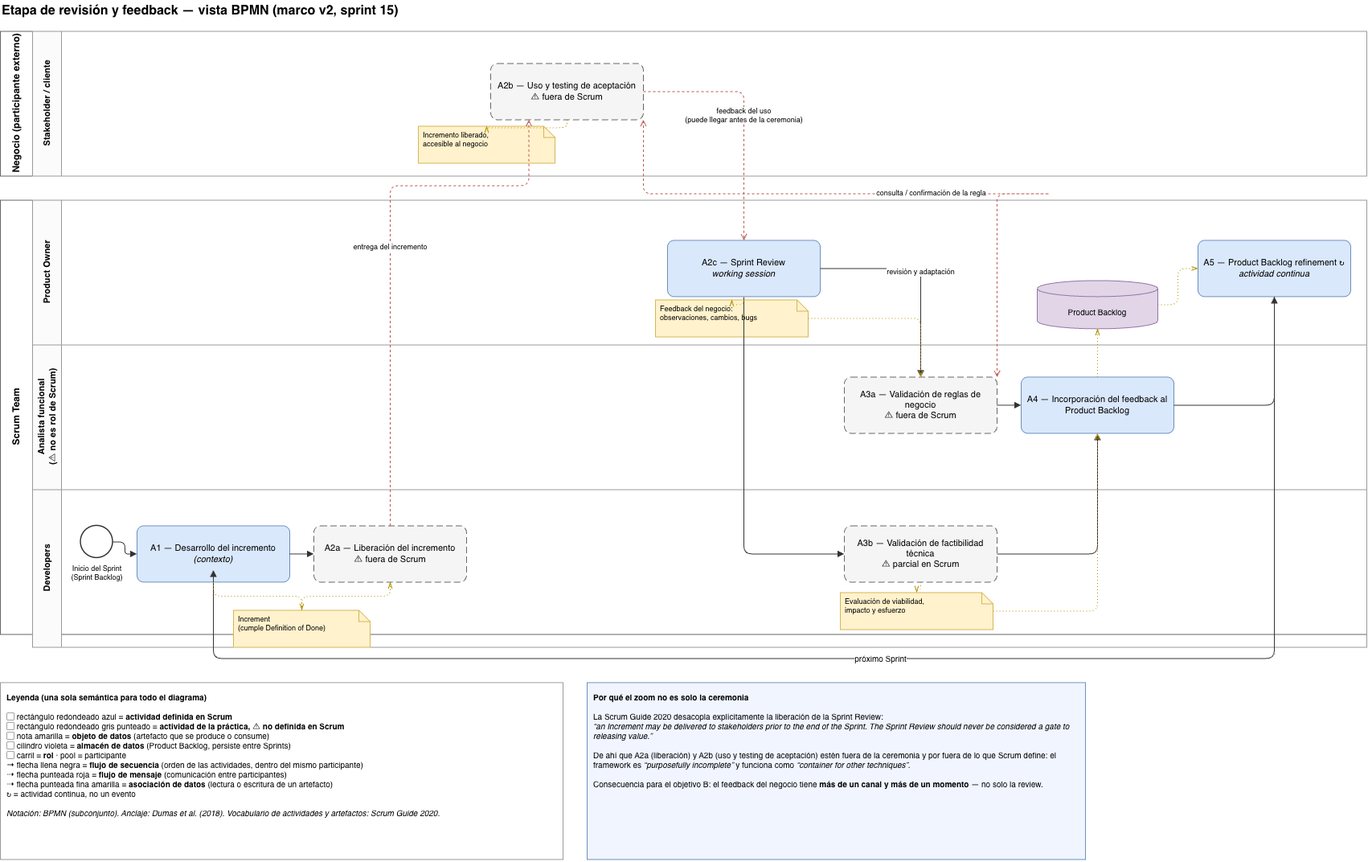
vickychappuis/Tesis keeps this draw.io diagram as sprint 15/diagramas/marco_feedback_bpmn.png. Above is the earlier version. Source tidied: cells renumbered, new cells last; positions are measured from the earlier drawing's top-left corner, leaving out a move shared by most shapes. Source of this version:
```xml
<mxGraphModel>
  <root>
    <mxCell id="0" />
    <mxCell id="1" parent="0" />
    <mxCell id="2" value="Etapa de revisión y feedback — vista BPMN (marco v2, sprint 15)" style="text;html=1;strokeColor=none;fillColor=none;align=left;verticalAlign=middle;fontSize=16;fontStyle=1;" parent="1" vertex="1">
      <mxGeometry width="900" height="30" as="geometry" />
    </mxCell>
    <mxCell id="3" value="Negocio (participante externo)" style="swimlane;html=1;horizontal=0;startSize=40;fillColor=none;strokeColor=#666666;fontSize=12;fontStyle=1;align=center;verticalAlign=middle;" parent="1" vertex="1">
      <mxGeometry y="40" width="1700" height="180" as="geometry" />
    </mxCell>
    <mxCell id="4" value="Stakeholder / cliente" style="swimlane;html=1;horizontal=0;startSize=36;fillColor=#FBFBFB;strokeColor=#999999;fontSize=11;" parent="1" vertex="1">
      <mxGeometry x="40" y="40" width="1660" height="180" as="geometry" />
    </mxCell>
    <mxCell id="5" value="Scrum Team" style="swimlane;html=1;horizontal=0;startSize=40;fillColor=none;strokeColor=#666666;fontSize=12;fontStyle=1;align=center;verticalAlign=middle;" parent="1" vertex="1">
      <mxGeometry y="250" width="1700" height="540" as="geometry" />
    </mxCell>
    <mxCell id="6" value="Product Owner" style="swimlane;html=1;horizontal=0;startSize=36;fillColor=#FBFBFB;strokeColor=#999999;fontSize=11;" parent="1" vertex="1">
      <mxGeometry x="40" y="250" width="1660" height="180" as="geometry" />
    </mxCell>
    <mxCell id="7" value="Analista funcional&lt;br&gt;(⚠ no es rol de Scrum)" style="swimlane;html=1;horizontal=0;startSize=36;fillColor=#FBFBFB;strokeColor=#999999;fontSize=11;" parent="1" vertex="1">
      <mxGeometry x="40" y="430" width="1660" height="180" as="geometry" />
    </mxCell>
    <mxCell id="8" value="Developers" style="swimlane;html=1;horizontal=0;startSize=36;fillColor=#FBFBFB;strokeColor=#999999;fontSize=11;" parent="1" vertex="1">
      <mxGeometry x="40" y="610" width="1660" height="196" as="geometry" />
    </mxCell>
    <mxCell id="9" value="Increment&lt;br&gt;(cumple Definition of Done)" style="shape=note;whiteSpace=wrap;html=1;size=14;fillColor=#FFF2CC;strokeColor=#D6B656;fontSize=9;verticalAlign=top;align=left;spacingLeft=4;" parent="8" vertex="1">
      <mxGeometry x="250" y="150" width="170" height="46" as="geometry" />
    </mxCell>
    <mxCell id="10" style="ellipse;html=1;fillColor=#FFFFFF;strokeColor=#333333;strokeWidth=1.5;" parent="1" vertex="1">
      <mxGeometry x="100" y="655" width="40" height="40" as="geometry" />
    </mxCell>
    <mxCell id="11" value="Inicio del Sprint&lt;br&gt;(Sprint Backlog)" style="text;html=1;strokeColor=none;fillColor=none;align=center;fontSize=9;" parent="1" vertex="1">
      <mxGeometry x="75" y="697" width="90" height="30" as="geometry" />
    </mxCell>
    <mxCell id="12" value="A1 — Desarrollo del incremento&lt;br&gt;&lt;i&gt;(contexto)&lt;/i&gt;" style="rounded=1;arcSize=12;whiteSpace=wrap;html=1;fillColor=#DAE8FC;strokeColor=#6C8EBF;fontSize=11;" parent="1" vertex="1">
      <mxGeometry x="170" y="655" width="190" height="70" as="geometry" />
    </mxCell>
    <mxCell id="13" value="A2a — Liberación del incremento&lt;br&gt;⚠ fuera de Scrum" style="rounded=1;arcSize=12;whiteSpace=wrap;html=1;fillColor=#F5F5F5;strokeColor=#666666;dashed=1;dashPattern=8 4;fontSize=11;" parent="1" vertex="1">
      <mxGeometry x="390" y="655" width="190" height="70" as="geometry" />
    </mxCell>
    <mxCell id="14" value="A2b — Uso y testing de aceptación&lt;br&gt;⚠ fuera de Scrum" style="rounded=1;arcSize=12;whiteSpace=wrap;html=1;fillColor=#F5F5F5;strokeColor=#666666;dashed=1;dashPattern=8 4;fontSize=11;" parent="1" vertex="1">
      <mxGeometry x="610" y="80" width="190" height="70" as="geometry" />
    </mxCell>
    <mxCell id="15" value="A2c — Sprint Review&lt;br&gt;&lt;i&gt;working session&lt;/i&gt;" style="rounded=1;arcSize=12;whiteSpace=wrap;html=1;fillColor=#DAE8FC;strokeColor=#6C8EBF;fontSize=11;" parent="1" vertex="1">
      <mxGeometry x="830" y="300" width="190" height="70" as="geometry" />
    </mxCell>
    <mxCell id="16" value="A3a — Validación de reglas de negocio&lt;br&gt;⚠ fuera de Scrum" style="rounded=1;arcSize=12;whiteSpace=wrap;html=1;fillColor=#F5F5F5;strokeColor=#666666;dashed=1;dashPattern=8 4;fontSize=11;" parent="1" vertex="1">
      <mxGeometry x="1050" y="470" width="190" height="70" as="geometry" />
    </mxCell>
    <mxCell id="17" value="A3b — Validación de factibilidad técnica&lt;br&gt;⚠ parcial en Scrum" style="rounded=1;arcSize=12;whiteSpace=wrap;html=1;fillColor=#F5F5F5;strokeColor=#666666;dashed=1;dashPattern=8 4;fontSize=11;" parent="1" vertex="1">
      <mxGeometry x="1050" y="655" width="190" height="70" as="geometry" />
    </mxCell>
    <mxCell id="18" value="A4 — Incorporación del feedback al Product Backlog" style="rounded=1;arcSize=12;whiteSpace=wrap;html=1;fillColor=#DAE8FC;strokeColor=#6C8EBF;fontSize=11;" parent="1" vertex="1">
      <mxGeometry x="1270" y="470" width="190" height="70" as="geometry" />
    </mxCell>
    <mxCell id="19" value="A5 — Product Backlog refinement ↻&lt;br&gt;&lt;i&gt;actividad continua&lt;/i&gt;" style="rounded=1;arcSize=12;whiteSpace=wrap;html=1;fillColor=#DAE8FC;strokeColor=#6C8EBF;fontSize=11;" parent="1" vertex="1">
      <mxGeometry x="1490" y="300" width="190" height="70" as="geometry" />
    </mxCell>
    <mxCell id="20" value="Incremento liberado,&lt;br&gt;accesible al negocio" style="shape=note;whiteSpace=wrap;html=1;size=14;fillColor=#FFF2CC;strokeColor=#D6B656;fontSize=9;verticalAlign=top;align=left;spacingLeft=4;" parent="1" vertex="1">
      <mxGeometry x="520" y="158" width="170" height="46" as="geometry" />
    </mxCell>
    <mxCell id="21" value="Feedback del negocio:&lt;br&gt;observaciones, cambios, bugs" style="shape=note;whiteSpace=wrap;html=1;size=14;fillColor=#FFF2CC;strokeColor=#D6B656;fontSize=9;verticalAlign=top;align=left;spacingLeft=4;" parent="1" vertex="1">
      <mxGeometry x="815" y="374" width="190" height="46" as="geometry" />
    </mxCell>
    <mxCell id="22" value="Evaluación de viabilidad,&lt;br&gt;impacto y esfuerzo" style="shape=note;whiteSpace=wrap;html=1;size=14;fillColor=#FFF2CC;strokeColor=#D6B656;fontSize=9;verticalAlign=top;align=left;spacingLeft=4;" parent="1" vertex="1">
      <mxGeometry x="1045" y="738" width="190" height="46" as="geometry" />
    </mxCell>
    <mxCell id="23" value="Product Backlog" style="shape=cylinder3;boundedLbl=1;backgroundOutline=1;size=10;whiteSpace=wrap;html=1;fillColor=#E1D5E7;strokeColor=#9673A6;fontSize=10;" parent="1" vertex="1">
      <mxGeometry x="1290" y="350" width="150" height="60" as="geometry" />
    </mxCell>
    <mxCell id="24" style="edgeStyle=orthogonalEdgeStyle;rounded=1;html=1;endArrow=block;endFill=1;strokeColor=#333333;" parent="1" edge="1" source="10" target="12">
      <mxGeometry relative="1" as="geometry" />
    </mxCell>
    <mxCell id="25" style="edgeStyle=orthogonalEdgeStyle;rounded=1;html=1;endArrow=block;endFill=1;strokeColor=#333333;" parent="1" edge="1" source="12" target="13">
      <mxGeometry relative="1" as="geometry" />
    </mxCell>
    <mxCell id="26" value="revisión y adaptación" style="edgeStyle=orthogonalEdgeStyle;rounded=1;html=1;endArrow=block;endFill=1;strokeColor=#333333;fontSize=9;" parent="1" edge="1" source="15" target="16">
      <mxGeometry relative="1" as="geometry" />
    </mxCell>
    <mxCell id="27" style="edgeStyle=orthogonalEdgeStyle;rounded=1;html=1;endArrow=block;endFill=1;strokeColor=#333333;exitX=0.5;exitY=1;exitDx=0;exitDy=0;entryX=0;entryY=0.5;entryDx=0;entryDy=0;" parent="1" edge="1" source="15" target="17">
      <mxGeometry relative="1" as="geometry">
        <Array as="points">
          <mxPoint x="925" y="690" />
        </Array>
      </mxGeometry>
    </mxCell>
    <mxCell id="28" style="edgeStyle=orthogonalEdgeStyle;rounded=1;html=1;endArrow=block;endFill=1;strokeColor=#333333;" parent="1" edge="1" source="16" target="18">
      <mxGeometry relative="1" as="geometry" />
    </mxCell>
    <mxCell id="29" style="edgeStyle=orthogonalEdgeStyle;rounded=1;html=1;endArrow=block;endFill=1;strokeColor=#333333;" parent="1" edge="1" source="17" target="18">
      <mxGeometry relative="1" as="geometry" />
    </mxCell>
    <mxCell id="30" style="edgeStyle=orthogonalEdgeStyle;rounded=1;html=1;endArrow=block;endFill=1;strokeColor=#333333;" parent="1" edge="1" source="18" target="19">
      <mxGeometry relative="1" as="geometry" />
    </mxCell>
    <mxCell id="31" value="próximo Sprint" style="edgeStyle=orthogonalEdgeStyle;rounded=1;html=1;endArrow=block;endFill=1;strokeColor=#333333;fontSize=10;exitX=0.5;exitY=1;exitDx=0;exitDy=0;" parent="1" edge="1" source="19">
      <mxGeometry relative="1" as="geometry">
        <mxPoint x="265" y="710" as="targetPoint" />
        <Array as="points">
          <mxPoint x="1585" y="820" />
          <mxPoint x="265" y="820" />
        </Array>
      </mxGeometry>
    </mxCell>
    <mxCell id="32" value="entrega del incremento" style="edgeStyle=orthogonalEdgeStyle;rounded=1;html=1;dashed=1;endArrow=open;endFill=0;strokeColor=#B85450;fontSize=9;exitX=0.5;exitY=0;exitDx=0;exitDy=0;entryX=0.25;entryY=1;entryDx=0;entryDy=0;verticalAlign=bottom;labelBackgroundColor=#FFFFFF;" parent="1" edge="1" source="13" target="14">
      <mxGeometry relative="1" as="geometry">
        <Array as="points">
          <mxPoint x="485" y="232" />
          <mxPoint x="658" y="232" />
        </Array>
      </mxGeometry>
    </mxCell>
    <mxCell id="33" value="feedback del uso&lt;br&gt;(puede llegar antes de la ceremonia)" style="edgeStyle=orthogonalEdgeStyle;rounded=1;html=1;dashed=1;endArrow=open;endFill=0;strokeColor=#B85450;fontSize=9;" parent="1" edge="1" source="14" target="15">
      <mxGeometry relative="1" as="geometry" />
    </mxCell>
    <mxCell id="34" value="consulta / confirmación de la regla" style="edgeStyle=orthogonalEdgeStyle;rounded=1;html=1;dashed=1;startArrow=open;startFill=0;endArrow=open;endFill=0;strokeColor=#B85450;fontSize=9;exitX=1;exitY=0;exitDx=0;exitDy=0;entryX=1;entryY=1;entryDx=0;entryDy=0;" parent="1" edge="1" source="16" target="14">
      <mxGeometry relative="1" as="geometry">
        <Array as="points">
          <mxPoint x="1310" y="242" />
          <mxPoint x="798" y="242" />
        </Array>
      </mxGeometry>
    </mxCell>
    <mxCell id="35" style="edgeStyle=orthogonalEdgeStyle;rounded=1;html=1;dashed=1;dashPattern=1 3;endArrow=openThin;endFill=0;strokeColor=#B38F00;" parent="1" edge="1" source="12" target="9">
      <mxGeometry relative="1" as="geometry" />
    </mxCell>
    <mxCell id="36" style="edgeStyle=orthogonalEdgeStyle;rounded=1;html=1;dashed=1;dashPattern=1 3;endArrow=openThin;endFill=0;strokeColor=#B38F00;" parent="1" edge="1" source="9" target="13">
      <mxGeometry relative="1" as="geometry" />
    </mxCell>
    <mxCell id="37" style="edgeStyle=orthogonalEdgeStyle;rounded=1;html=1;dashed=1;dashPattern=1 3;endArrow=openThin;endFill=0;strokeColor=#B38F00;" parent="1" edge="1" source="14" target="20">
      <mxGeometry relative="1" as="geometry" />
    </mxCell>
    <mxCell id="38" style="edgeStyle=orthogonalEdgeStyle;rounded=1;html=1;dashed=1;dashPattern=1 3;endArrow=openThin;endFill=0;strokeColor=#B38F00;" parent="1" edge="1" source="15" target="21">
      <mxGeometry relative="1" as="geometry" />
    </mxCell>
    <mxCell id="39" style="edgeStyle=orthogonalEdgeStyle;rounded=1;html=1;dashed=1;dashPattern=1 3;endArrow=openThin;endFill=0;strokeColor=#B38F00;" parent="1" edge="1" source="21" target="16">
      <mxGeometry relative="1" as="geometry" />
    </mxCell>
    <mxCell id="40" style="edgeStyle=orthogonalEdgeStyle;rounded=1;html=1;dashed=1;dashPattern=1 3;endArrow=openThin;endFill=0;strokeColor=#B38F00;" parent="1" edge="1" source="17" target="22">
      <mxGeometry relative="1" as="geometry" />
    </mxCell>
    <mxCell id="41" style="edgeStyle=orthogonalEdgeStyle;rounded=1;html=1;dashed=1;dashPattern=1 3;endArrow=openThin;endFill=0;strokeColor=#B38F00;" parent="1" edge="1" source="22" target="18">
      <mxGeometry relative="1" as="geometry" />
    </mxCell>
    <mxCell id="42" style="edgeStyle=orthogonalEdgeStyle;rounded=1;html=1;dashed=1;dashPattern=1 3;endArrow=openThin;endFill=0;strokeColor=#B38F00;" parent="1" edge="1" source="18" target="23">
      <mxGeometry relative="1" as="geometry" />
    </mxCell>
    <mxCell id="43" style="edgeStyle=orthogonalEdgeStyle;rounded=1;html=1;dashed=1;dashPattern=1 3;endArrow=openThin;endFill=0;strokeColor=#B38F00;" parent="1" edge="1" source="23" target="19">
      <mxGeometry relative="1" as="geometry" />
    </mxCell>
    <mxCell id="44" value="&lt;b&gt;Leyenda (una sola semántica para todo el diagrama)&lt;/b&gt;&lt;br&gt;&lt;br&gt;▢ rectángulo redondeado azul = &lt;b&gt;actividad definida en Scrum&lt;/b&gt;&lt;br&gt;▢ rectángulo redondeado gris punteado = &lt;b&gt;actividad de la práctica, ⚠ no definida en Scrum&lt;/b&gt;&lt;br&gt;▢ nota amarilla = &lt;b&gt;objeto de datos&lt;/b&gt; (artefacto que se produce o consume)&lt;br&gt;▢ cilindro violeta = &lt;b&gt;almacén de datos&lt;/b&gt; (Product Backlog, persiste entre Sprints)&lt;br&gt;▢ carril = &lt;b&gt;rol&lt;/b&gt; · pool = participante&lt;br&gt;→ flecha llena negra = &lt;b&gt;flujo de secuencia&lt;/b&gt; (orden de las actividades, dentro del mismo participante)&lt;br&gt;⇢ flecha punteada roja = &lt;b&gt;flujo de mensaje&lt;/b&gt; (comunicación entre participantes)&lt;br&gt;⇢ flecha punteada fina amarilla = &lt;b&gt;asociación de datos&lt;/b&gt; (lectura o escritura de un artefacto)&lt;br&gt;↻ = actividad continua, no un evento&lt;br&gt;&lt;br&gt;&lt;i&gt;Notación: BPMN (subconjunto). Anclaje: Dumas et al. (2018). Vocabulario de actividades y artefactos: Scrum Guide 2020.&lt;/i&gt;" style="text;html=1;whiteSpace=wrap;strokeColor=#999999;fillColor=#FFFFFF;align=left;verticalAlign=top;fontSize=10;spacing=8;" parent="1" vertex="1">
      <mxGeometry y="850" width="700" height="220" as="geometry" />
    </mxCell>
    <mxCell id="45" value="&lt;b&gt;Por qué el zoom no es solo la ceremonia&lt;/b&gt;&lt;br&gt;&lt;br&gt;La Scrum Guide 2020 desacopla explícitamente la liberación de la Sprint Review:&lt;br&gt;&lt;i&gt;“an Increment may be delivered to stakeholders prior to the end of the Sprint. The Sprint Review should never be considered a gate to releasing value.”&lt;/i&gt;&lt;br&gt;&lt;br&gt;De ahí que A2a (liberación) y A2b (uso y testing de aceptación) estén fuera de la ceremonia y por fuera de lo que Scrum define: el framework es &lt;i&gt;“purposefully incomplete”&lt;/i&gt; y funciona como &lt;i&gt;“container for other techniques”&lt;/i&gt;.&lt;br&gt;&lt;br&gt;Consecuencia para el objetivo B: el feedback del negocio tiene &lt;b&gt;más de un canal y más de un momento&lt;/b&gt; — no solo la review." style="text;html=1;whiteSpace=wrap;strokeColor=#6C8EBF;fillColor=#F0F5FF;align=left;verticalAlign=top;fontSize=10;spacing=8;" parent="1" vertex="1">
      <mxGeometry x="730" y="850" width="620" height="220" as="geometry" />
    </mxCell>
  </root>
</mxGraphModel>
```
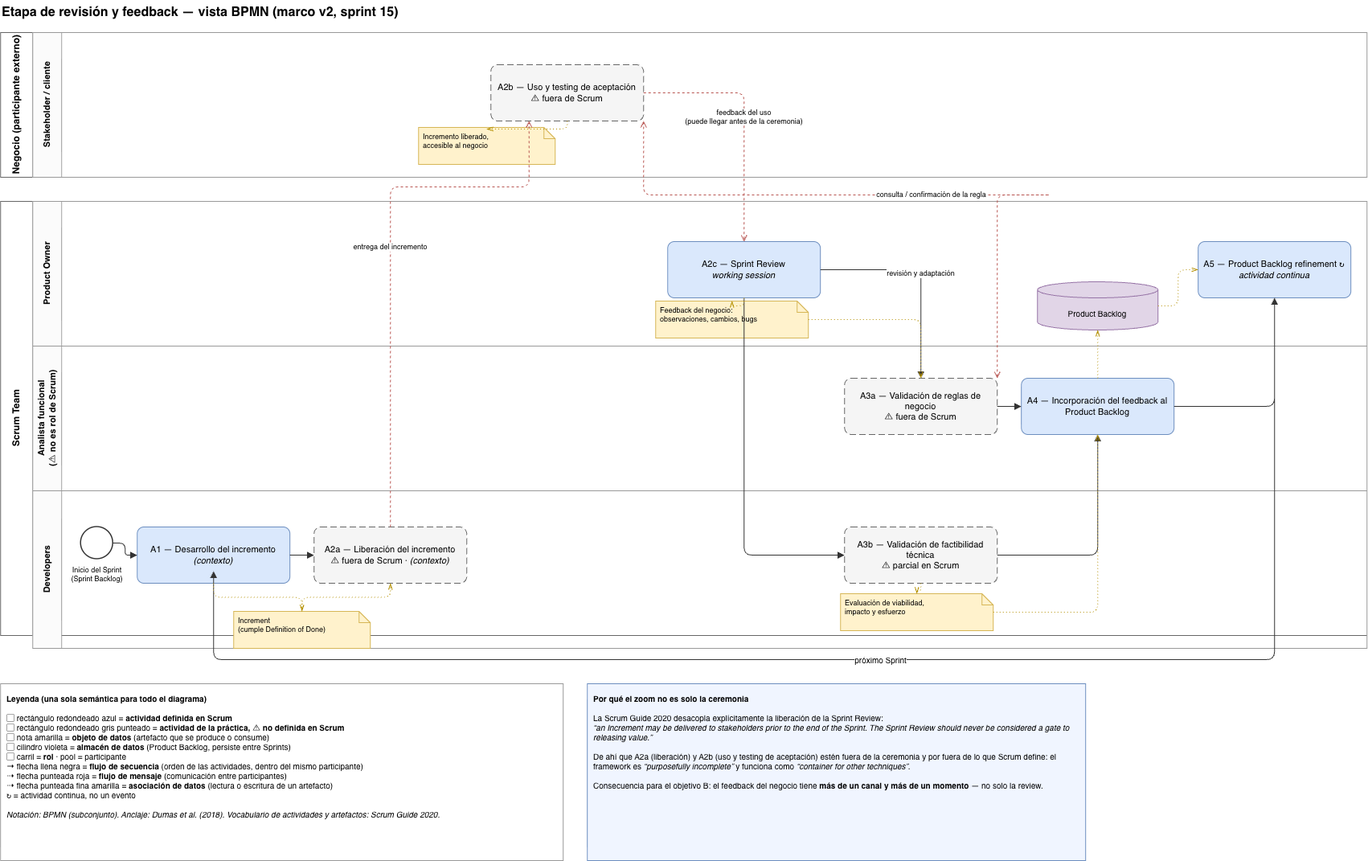
Above is the later version.

Commit message:
sprint 15: re-exportar los png desde los drawio y quitar el changelog al pie del marco

Diff of the diagram source:
```diff
@@ -35,7 +35,7 @@
     <mxCell id="12" value="A1 — Desarrollo del incremento&lt;br&gt;&lt;i&gt;(contexto)&lt;/i&gt;" style="rounded=1;arcSize=12;whiteSpace=wrap;html=1;fillColor=#DAE8FC;strokeColor=#6C8EBF;fontSize=11;" parent="1" vertex="1">
       <mxGeometry x="170" y="655" width="190" height="70" as="geometry" />
     </mxCell>
-    <mxCell id="13" value="A2a — Liberación del incremento&lt;br&gt;⚠ fuera de Scrum" style="rounded=1;arcSize=12;whiteSpace=wrap;html=1;fillColor=#F5F5F5;strokeColor=#666666;dashed=1;dashPattern=8 4;fontSize=11;" parent="1" vertex="1">
+    <mxCell id="13" value="A2a — Liberación del incremento&lt;br&gt;⚠ fuera de Scrum · &lt;i&gt;(contexto)&lt;/i&gt;" style="rounded=1;arcSize=12;whiteSpace=wrap;html=1;fillColor=#F5F5F5;strokeColor=#666666;dashed=1;dashPattern=8 4;fontSize=11;" parent="1" vertex="1">
       <mxGeometry x="390" y="655" width="190" height="70" as="geometry" />
     </mxCell>
     <mxCell id="14" value="A2b — Uso y testing de aceptación&lt;br&gt;⚠ fuera de Scrum" style="rounded=1;arcSize=12;whiteSpace=wrap;html=1;fillColor=#F5F5F5;strokeColor=#666666;dashed=1;dashPattern=8 4;fontSize=11;" parent="1" vertex="1">
```
